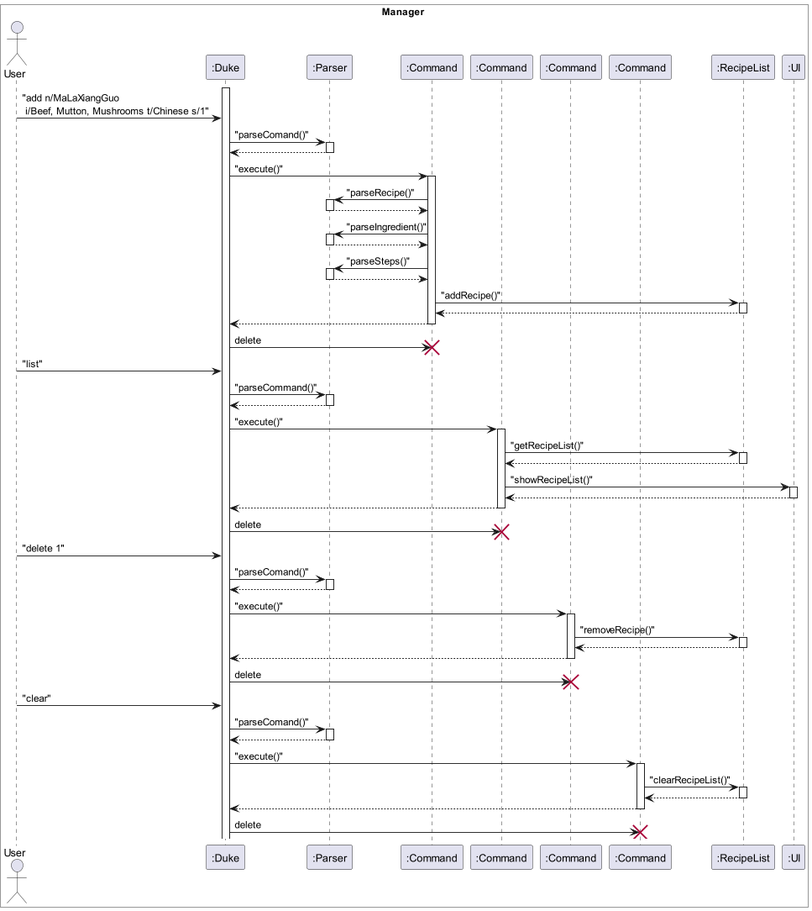
Earlier version of the PlantUML export docs/PlantUML/RecipeManage.png (nus-cs2113-AY2223S2/tp).
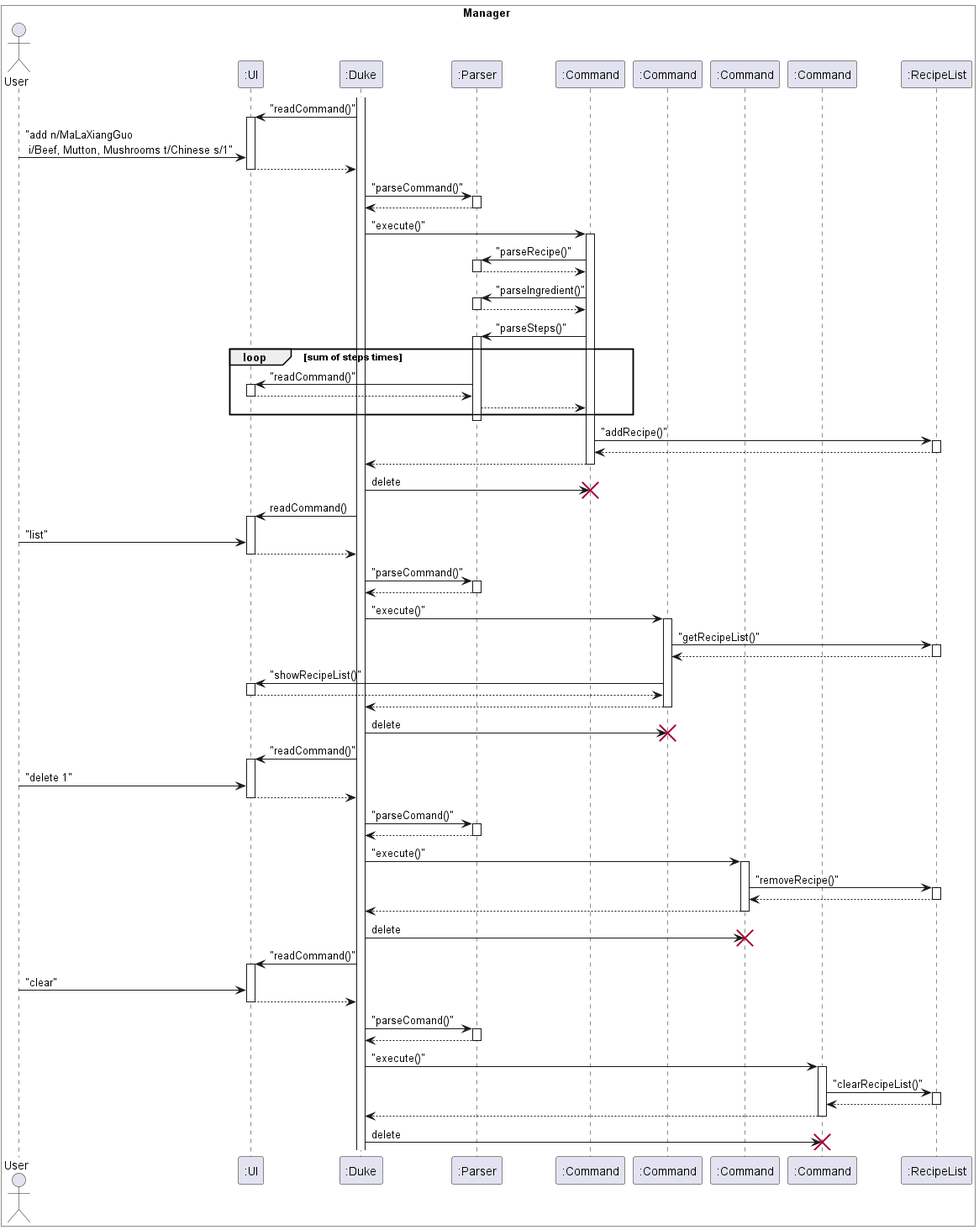
Later version of the same file.

Change to the diagram source:
```diff
@@ -1,6 +1,7 @@
 @startuml RecipeManage
 box Manager #White
 Actor User
+participant ":UI" as UI
 participant ":Duke" as Duke
 participant ":Parser" as Parser
 participant ":Command" as Command1
@@ -8,13 +9,15 @@
 participant ":Command" as Command3
 participant ":Command" as Command4
 participant ":RecipeList" as RecipeList
-participant ":UI" as UI
 end box
 
 activate Duke
-
-User -> Duke : "add n/MaLaXiangGuo\n i/Beef, Mutton, Mushrooms t/Chinese s/1"
-Duke -> Parser : "parseComand()"
+Duke -> UI : "readCommand()"
+activate UI
+User -> UI : "add n/MaLaXiangGuo\n i/Beef, Mutton, Mushrooms t/Chinese s/1"
+UI --> Duke
+deactivate UI
+Duke -> Parser : "parseCommand()"
 activate Parser
 Parser --> Duke
 deactivate Parser
@@ -30,7 +33,13 @@
 deactivate Parser
 Command1 -> Parser : "parseSteps()"
 activate Parser
+loop sum of steps times
+Parser -> UI : "readCommand()"
+activate UI
+UI --> Parser
+deactivate UI
 Parser --> Command1
+end loop
 deactivate Parser
 Command1 -> RecipeList : "addRecipe()"
 activate RecipeList
@@ -40,7 +49,11 @@
 deactivate Command1
 Duke -> Command1 : delete
 destroy Command1
-User -> Duke : "list"
+Duke -> UI : readCommand()
+activate UI
+User -> UI : "list"
+UI --> Duke
+deactivate UI
 Duke -> Parser : "parseCommand()"
 activate Parser
 Parser --> Duke
@@ -59,7 +72,11 @@
 deactivate Command2
 Duke -> Command2 : delete
 destroy Command2
-User -> Duke : "delete 1"
+Duke -> UI : "readCommand()"
+activate UI
+User -> UI : "delete 1"
+UI --> Duke
+deactivate UI
 Duke -> Parser : "parseComand()"
 activate Parser
 Parser --> Duke
@@ -74,7 +91,11 @@
 deactivate Command3
 Duke -> Command3 : delete
 destroy Command3
-User -> Duke : "clear"
+Duke -> UI : "readCommand()"
+activate UI
+User -> UI : "clear"
+UI --> Duke
+deactivate UI
 Duke -> Parser : "parseComand()"
 activate Parser
 Parser --> Duke
```
